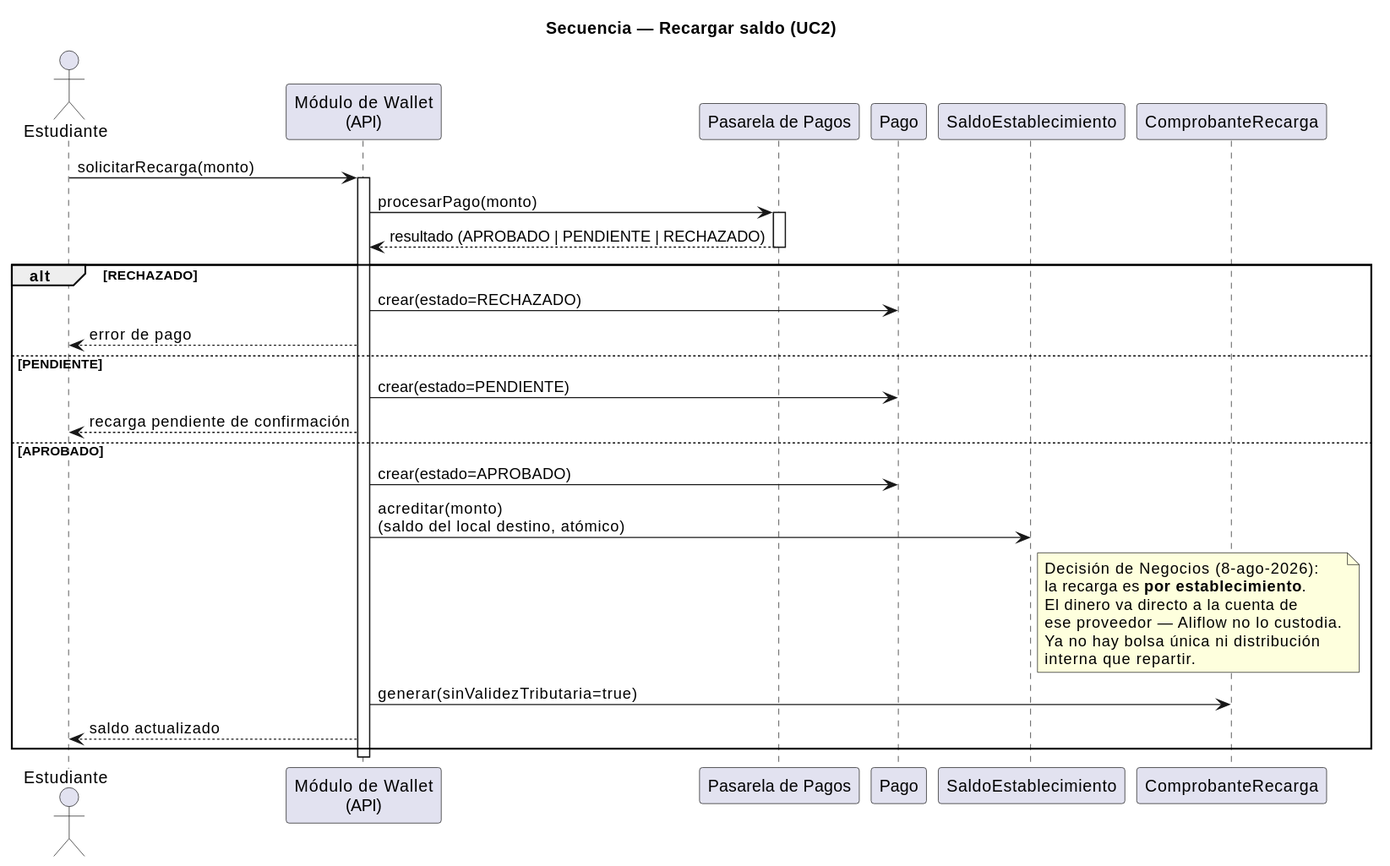
Before: Entregables/uml/secuencia-recarga-saldo.svg, a diagram exported from PlantUML (Jesus-JB/aliflow). Its diagram source:
```plantuml
@startuml
title Secuencia — Recargar saldo (UC2)

actor Estudiante
participant "Módulo de Wallet\n(API)" as API
participant "Pasarela de Pagos" as Pasarela
participant "Pago" as Pago
participant "SaldoEstablecimiento" as Saldo
participant "ComprobanteRecarga" as Comp

Estudiante -> API : solicitarRecarga(monto)
activate API

API -> Pasarela : procesarPago(monto)
activate Pasarela
Pasarela --> API : resultado (APROBADO | PENDIENTE | RECHAZADO)
deactivate Pasarela

alt RECHAZADO
  API -> Pago : crear(estado=RECHAZADO)
  API --> Estudiante : error de pago
else PENDIENTE
  API -> Pago : crear(estado=PENDIENTE)
  API --> Estudiante : recarga pendiente de confirmación
else APROBADO
  API -> Pago : crear(estado=APROBADO)
  API -> Saldo : acreditar(monto)\n(saldo del local destino, atómico)
  note right of Saldo
    Decisión de Negocios (8-ago-2026):
    la recarga es **por establecimiento**.
    El dinero va directo a la cuenta de
    ese proveedor — Aliflow no lo custodia.
    Ya no hay bolsa única ni distribución
    interna que repartir.
  end note
  API -> Comp : generar(sinValidezTributaria=true)
  API --> Estudiante : saldo actualizado
end

deactivate API
@enduml
```
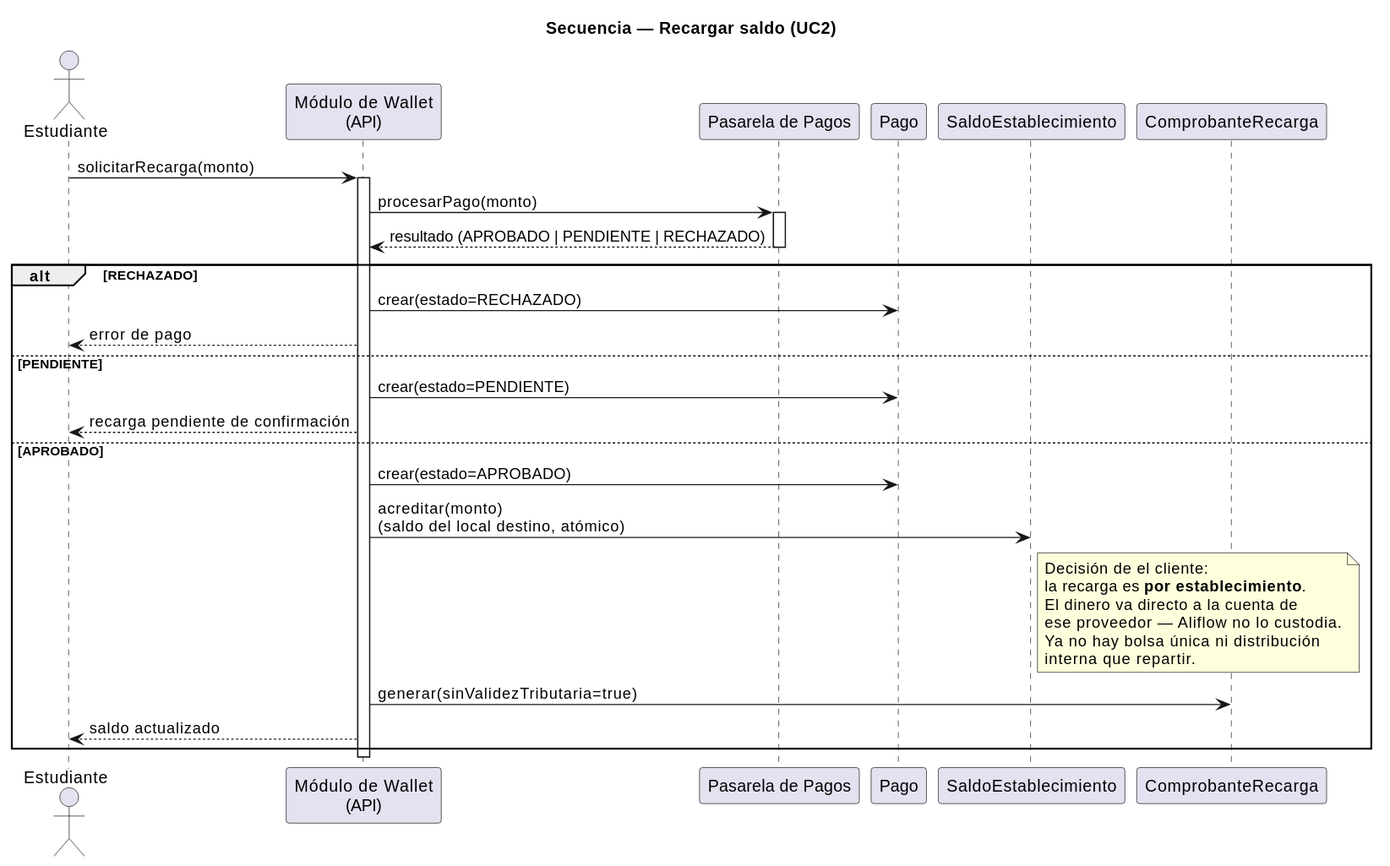
After the commit.

Change to the diagram source:
```diff
@@ -26,7 +26,7 @@
   API -> Pago : crear(estado=APROBADO)
   API -> Saldo : acreditar(monto)\n(saldo del local destino, atómico)
   note right of Saldo
-    Decisión de Negocios (8-ago-2026):
+    Decisión de el cliente:
     la recarga es **por establecimiento**.
     El dinero va directo a la cuenta de
     ese proveedor — Aliflow no lo custodia.
```
